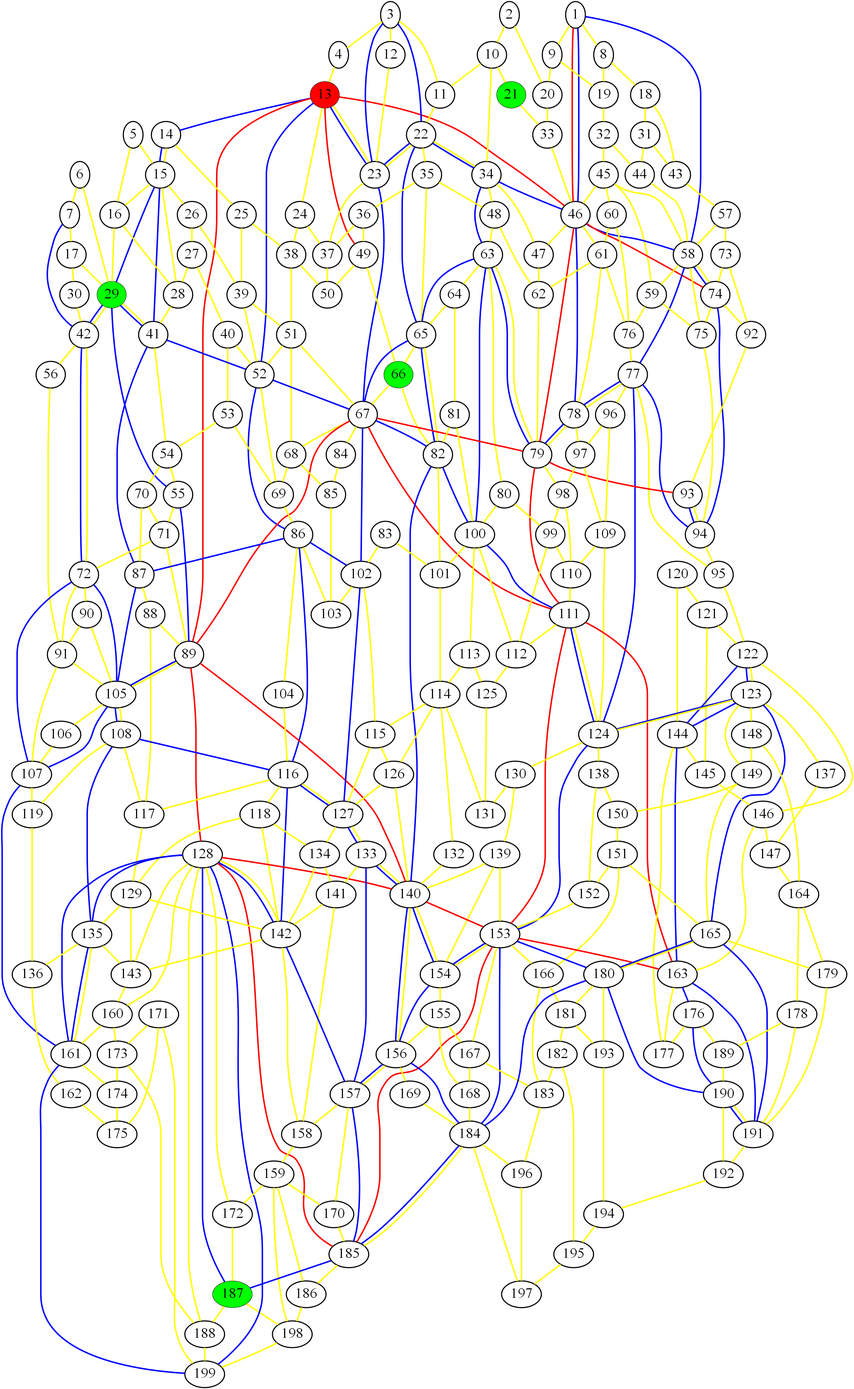
Above: graph_12.png in ed-churchill/complex-systems-project (Graphviz), before the change. Its source is kept beside it as graph_12.gv.
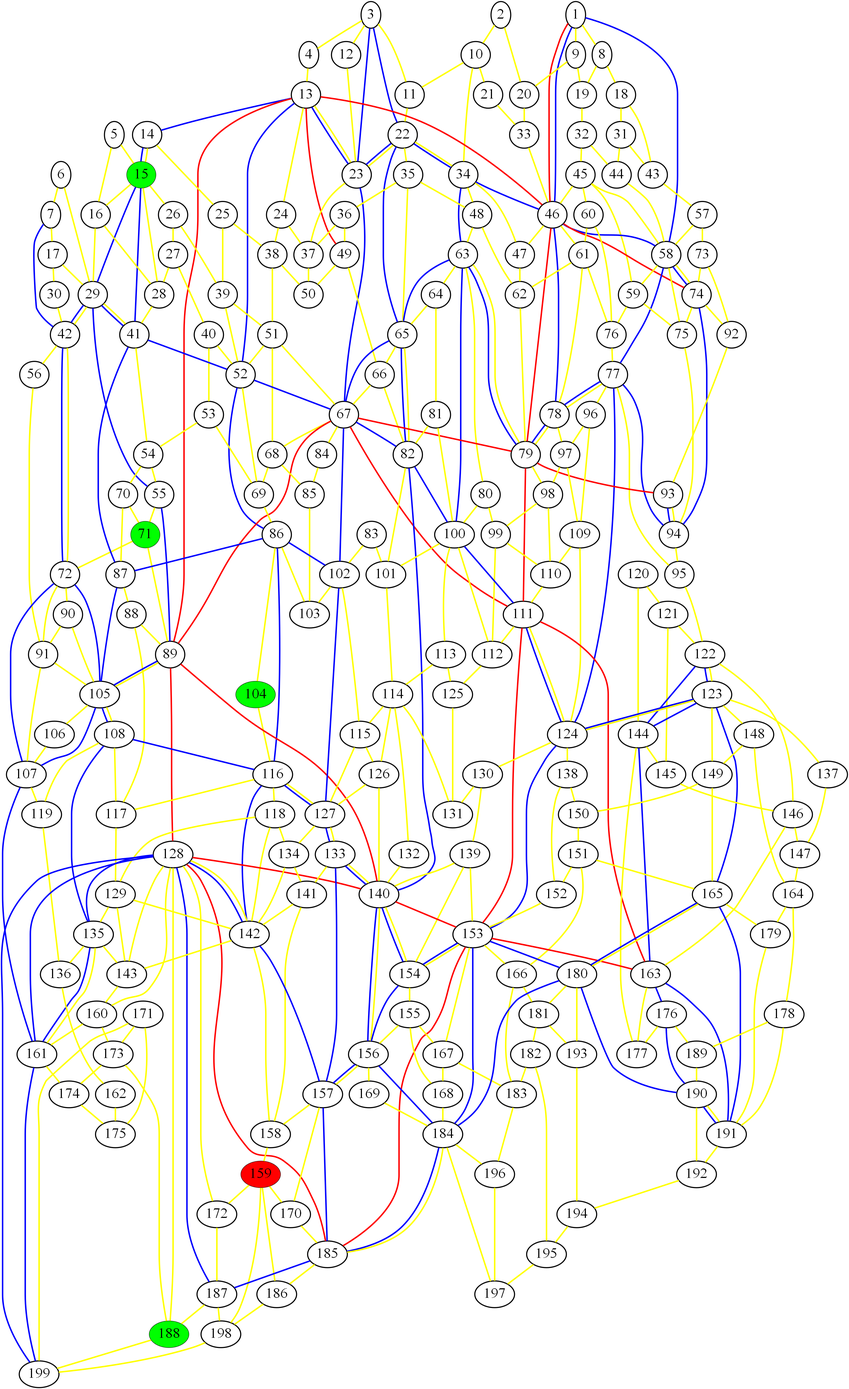
Above is the later version.

Diff of the diagram source:
```diff
@@ -1,9 +1,9 @@
 graph london_graph {
-13 [fillcolor=red, fontsize=40, pendwidth=3, style=filled];
-29 [fillcolor=green, fontsize=40, pendwidth=3, style=filled];
-21 [fillcolor=green, fontsize=40, pendwidth=3, style=filled];
-187 [fillcolor=green, fontsize=40, pendwidth=3, style=filled];
-66 [fillcolor=green, fontsize=40, pendwidth=3, style=filled];
+159 [fillcolor=red, fontsize=40, pendwidth=3, style=filled];
+188 [fillcolor=green, fontsize=40, pendwidth=3, style=filled];
+15 [fillcolor=green, fontsize=40, pendwidth=3, style=filled];
+104 [fillcolor=green, fontsize=40, pendwidth=3, style=filled];
+71 [fillcolor=green, fontsize=40, pendwidth=3, style=filled];
 1 [fontsize=40, penwidth=3];
 2 [fontsize=40, penwidth=3];
 3 [fontsize=40, penwidth=3];
@@ -16,13 +16,14 @@
 10 [fontsize=40, penwidth=3];
 11 [fontsize=40, penwidth=3];
 12 [fontsize=40, penwidth=3];
+13 [fontsize=40, penwidth=3];
 14 [fontsize=40, penwidth=3];
-15 [fontsize=40, penwidth=3];
 16 [fontsize=40, penwidth=3];
 17 [fontsize=40, penwidth=3];
 18 [fontsize=40, penwidth=3];
 19 [fontsize=40, penwidth=3];
 20 [fontsize=40, penwidth=3];
+21 [fontsize=40, penwidth=3];
 22 [fontsize=40, penwidth=3];
 23 [fontsize=40, penwidth=3];
 24 [fontsize=40, penwidth=3];
@@ -30,6 +31,7 @@
 26 [fontsize=40, penwidth=3];
 27 [fontsize=40, penwidth=3];
 28 [fontsize=40, penwidth=3];
+29 [fontsize=40, penwidth=3];
 30 [fontsize=40, penwidth=3];
 31 [fontsize=40, penwidth=3];
 32 [fontsize=40, penwidth=3];
@@ -66,11 +68,11 @@
 63 [fontsize=40, penwidth=3];
 64 [fontsize=40, penwidth=3];
 65 [fontsize=40, penwidth=3];
+66 [fontsize=40, penwidth=3];
 67 [fontsize=40, penwidth=3];
 68 [fontsize=40, penwidth=3];
 69 [fontsize=40, penwidth=3];
 70 [fontsize=40, penwidth=3];
-71 [fontsize=40, penwidth=3];
 72 [fontsize=40, penwidth=3];
 73 [fontsize=40, penwidth=3];
 74 [fontsize=40, penwidth=3];
@@ -103,7 +105,6 @@
 101 [fontsize=40, penwidth=3];
 102 [fontsize=40, penwidth=3];
 103 [fontsize=40, penwidth=3];
-104 [fontsize=40, penwidth=3];
 105 [fontsize=40, penwidth=3];
 106 [fontsize=40, penwidth=3];
 107 [fontsize=40, penwidth=3];
@@ -158,7 +159,6 @@
 156 [fontsize=40, penwidth=3];
 157 [fontsize=40, penwidth=3];
 158 [fontsize=40, penwidth=3];
-159 [fontsize=40, penwidth=3];
 160 [fontsize=40, penwidth=3];
 161 [fontsize=40, penwidth=3];
 162 [fontsize=40, penwidth=3];
@@ -186,7 +186,7 @@
 184 [fontsize=40, penwidth=3];
 185 [fontsize=40, penwidth=3];
 186 [fontsize=40, penwidth=3];
-188 [fontsize=40, penwidth=3];
+187 [fontsize=40, penwidth=3];
 189 [fontsize=40, penwidth=3];
 190 [fontsize=40, penwidth=3];
 191 [fontsize=40, penwidth=3];
```
